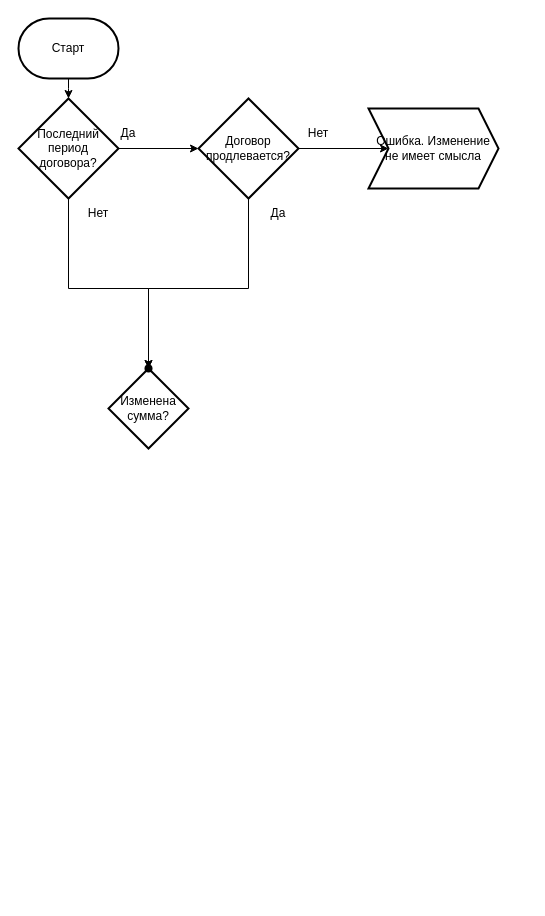
Before: Диаграмма без названия.drawio in AntonLeontev/24-7-365-schemas, a draw.io diagram. Source tidied: cells renumbered, new cells numbered last; positions are measured from the earlier drawing's top-left corner, leaving out a move shared by most shapes. Both pictures are drawn from the tidied source at 100%, with x=0, y=0 at pixel (18, 18).
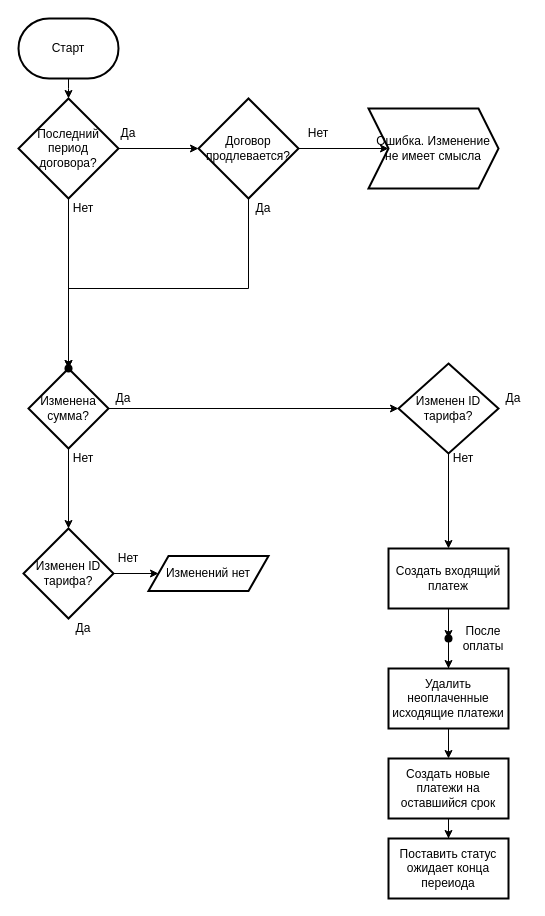
The same diagram, later.

The change refers to these unchanged cells:
```xml
<mxCell id="6" value="&lt;div&gt;Последний период договора?&lt;/div&gt;" style="strokeWidth=2;html=1;shape=mxgraph.flowchart.decision;whiteSpace=wrap;" parent="1" vertex="1">
  <mxGeometry y="80" width="100" height="100" as="geometry" />
</mxCell>
<mxCell id="9" value="Договор продлевается?" style="strokeWidth=2;html=1;shape=mxgraph.flowchart.decision;whiteSpace=wrap;" parent="1" vertex="1">
  <mxGeometry x="180" y="80" width="100" height="100" as="geometry" />
</mxCell>
```

The edit, as a diff of the source:
```diff
@@
     <mxCell id="5" style="edgeStyle=orthogonalEdgeStyle;rounded=0;jettySize=auto;html=1;" parent="1" edge="1" source="6" target="12">
       <mxGeometry relative="1" as="geometry">
         <Array as="points">
-          <mxPoint x="50" y="270" />
-          <mxPoint x="130" y="270" />
+          <mxPoint x="50" y="310" />
+          <mxPoint x="50" y="310" />
         </Array>
       </mxGeometry>
     </mxCell>
@@
     <mxCell id="8" style="edgeStyle=orthogonalEdgeStyle;rounded=0;jettySize=auto;html=1;" parent="1" edge="1" source="9" target="16">
       <mxGeometry relative="1" as="geometry">
         <Array as="points">
           <mxPoint x="230" y="270" />
-          <mxPoint x="130" y="270" />
+          <mxPoint x="50" y="270" />
         </Array>
       </mxGeometry>
     </mxCell>
@@
     <mxCell id="11" value="&lt;div&gt;Нет&lt;/div&gt;" style="text;html=1;strokeColor=none;fillColor=none;align=center;verticalAlign=middle;whiteSpace=wrap;rounded=0;" parent="1" vertex="1">
-      <mxGeometry x="50" y="180" width="60" height="30" as="geometry" />
+      <mxGeometry x="50" y="180" width="30" height="20" as="geometry" />
     </mxCell>
+    <mxCell id="17" style="edgeStyle=orthogonalEdgeStyle;rounded=0;jettySize=auto;html=1;" parent="1" edge="1" source="12" target="20">
+      <mxGeometry relative="1" as="geometry" />
+    </mxCell>
+    <mxCell id="18" style="edgeStyle=orthogonalEdgeStyle;rounded=0;jettySize=auto;html=1;exitX=1;exitY=0.5;exitDx=0;exitDy=0;" parent="1" edge="1" source="12" target="22">
+      <mxGeometry relative="1" as="geometry" />
+    </mxCell>
     <mxCell id="12" value="Изменена сумма?" style="rhombus;whiteSpace=wrap;html=1;strokeWidth=2;" parent="1" vertex="1">
-      <mxGeometry x="90" y="350" width="80" height="80" as="geometry" />
+      <mxGeometry x="10" y="350" width="80" height="80" as="geometry" />
     </mxCell>
@@
     <mxCell id="15" value="&lt;div&gt;Да&lt;/div&gt;" style="text;html=1;strokeColor=none;fillColor=none;align=center;verticalAlign=middle;whiteSpace=wrap;rounded=0;" parent="1" vertex="1">
-      <mxGeometry x="230" y="180" width="60" height="30" as="geometry" />
+      <mxGeometry x="230" y="180" width="30" height="20" as="geometry" />
     </mxCell>
     <mxCell id="16" style="shape=waypoint;sketch=0;size=6;points=[];fillColor=default;perimeter=centerPerimeter;snapToPoint=1;strokeWidth=2;" parent="1" vertex="1">
-      <mxGeometry x="120" y="340" width="20" height="20" as="geometry" />
+      <mxGeometry x="40" y="340" width="20" height="20" as="geometry" />
     </mxCell>
+    <mxCell id="19" style="edgeStyle=orthogonalEdgeStyle;rounded=0;jettySize=auto;html=1;" parent="1" edge="1" source="20" target="26">
+      <mxGeometry relative="1" as="geometry" />
+    </mxCell>
+    <mxCell id="20" value="Изменен ID тарифа?" style="rhombus;whiteSpace=wrap;html=1;strokeWidth=2;" parent="1" vertex="1">
+      <mxGeometry x="5" y="510" width="90" height="90" as="geometry" />
+    </mxCell>
+    <mxCell id="21" style="edgeStyle=orthogonalEdgeStyle;rounded=0;jettySize=auto;html=1;" parent="1" edge="1" source="22" target="31">
+      <mxGeometry relative="1" as="geometry" />
+    </mxCell>
+    <mxCell id="22" value="Изменен ID тарифа?" style="rhombus;whiteSpace=wrap;html=1;strokeWidth=2;" parent="1" vertex="1">
+      <mxGeometry x="380" y="345" width="100" height="90" as="geometry" />
+    </mxCell>
+    <mxCell id="23" value="&lt;div&gt;Да&lt;/div&gt;" style="text;html=1;strokeColor=none;fillColor=none;align=center;verticalAlign=middle;whiteSpace=wrap;rounded=0;" parent="1" vertex="1">
+      <mxGeometry x="90" y="370" width="30" height="20" as="geometry" />
+    </mxCell>
+    <mxCell id="24" value="&lt;div&gt;Нет&lt;/div&gt;" style="text;html=1;strokeColor=none;fillColor=none;align=center;verticalAlign=middle;whiteSpace=wrap;rounded=0;" parent="1" vertex="1">
+      <mxGeometry x="50" y="430" width="30" height="20" as="geometry" />
+    </mxCell>
+    <mxCell id="25" value="&lt;div&gt;Нет&lt;/div&gt;" style="text;html=1;strokeColor=none;fillColor=none;align=center;verticalAlign=middle;whiteSpace=wrap;rounded=0;" parent="1" vertex="1">
+      <mxGeometry x="95" y="530" width="30" height="20" as="geometry" />
+    </mxCell>
+    <mxCell id="26" value="Изменений нет" style="shape=parallelogram;perimeter=parallelogramPerimeter;whiteSpace=wrap;html=1;fixedSize=1;strokeWidth=2;" parent="1" vertex="1">
+      <mxGeometry x="130" y="537.5" width="120" height="35" as="geometry" />
+    </mxCell>
+    <mxCell id="27" value="&lt;div&gt;Да&lt;/div&gt;" style="text;html=1;strokeColor=none;fillColor=none;align=center;verticalAlign=middle;whiteSpace=wrap;rounded=0;" parent="1" vertex="1">
+      <mxGeometry x="50" y="600" width="30" height="20" as="geometry" />
+    </mxCell>
+    <mxCell id="28" value="&lt;div&gt;Да&lt;/div&gt;" style="text;html=1;strokeColor=none;fillColor=none;align=center;verticalAlign=middle;whiteSpace=wrap;rounded=0;" parent="1" vertex="1">
+      <mxGeometry x="480" y="370" width="30" height="20" as="geometry" />
+    </mxCell>
+    <mxCell id="29" value="&lt;div&gt;Нет&lt;/div&gt;" style="text;html=1;strokeColor=none;fillColor=none;align=center;verticalAlign=middle;whiteSpace=wrap;rounded=0;" parent="1" vertex="1">
+      <mxGeometry x="430" y="430" width="30" height="20" as="geometry" />
+    </mxCell>
+    <mxCell id="30" style="edgeStyle=orthogonalEdgeStyle;rounded=0;jettySize=auto;html=1;" parent="1" edge="1" source="31" target="33">
+      <mxGeometry relative="1" as="geometry" />
+    </mxCell>
+    <mxCell id="31" value="Создать входящий платеж" style="whiteSpace=wrap;html=1;strokeWidth=2;" parent="1" vertex="1">
+      <mxGeometry x="370" y="530" width="120" height="60" as="geometry" />
+    </mxCell>
+    <mxCell id="32" style="edgeStyle=orthogonalEdgeStyle;rounded=0;jettySize=auto;html=1;" parent="1" edge="1" source="33" target="35">
+      <mxGeometry relative="1" as="geometry" />
+    </mxCell>
+    <mxCell id="33" style="shape=waypoint;sketch=0;size=6;points=[];fillColor=default;perimeter=centerPerimeter;snapToPoint=1;strokeWidth=2;" parent="1" vertex="1">
+      <mxGeometry x="420" y="610" width="20" height="20" as="geometry" />
+    </mxCell>
+    <mxCell id="34" style="edgeStyle=orthogonalEdgeStyle;rounded=0;jettySize=auto;html=1;" parent="1" edge="1" source="35" target="37">
+      <mxGeometry relative="1" as="geometry" />
+    </mxCell>
+    <mxCell id="35" value="Удалить неоплаченные исходящие платежи" style="whiteSpace=wrap;html=1;sketch=0;strokeWidth=2;" parent="1" vertex="1">
+      <mxGeometry x="370" y="650" width="120" height="60" as="geometry" />
+    </mxCell>
+    <mxCell id="36" style="edgeStyle=orthogonalEdgeStyle;rounded=0;jettySize=auto;html=1;" parent="1" edge="1" source="37" target="38">
+      <mxGeometry relative="1" as="geometry" />
+    </mxCell>
+    <mxCell id="37" value="Создать новые платежи на оставшийся срок" style="whiteSpace=wrap;html=1;sketch=0;strokeWidth=2;" parent="1" vertex="1">
+      <mxGeometry x="370" y="740" width="120" height="60" as="geometry" />
+    </mxCell>
+    <mxCell id="38" value="Поставить статус ожидает конца переиода" style="whiteSpace=wrap;html=1;sketch=0;strokeWidth=2;" parent="1" vertex="1">
+      <mxGeometry x="370" y="820" width="120" height="60" as="geometry" />
+    </mxCell>
+    <mxCell id="39" value="После оплаты" style="text;html=1;strokeColor=none;fillColor=none;align=center;verticalAlign=middle;whiteSpace=wrap;rounded=0;" parent="1" vertex="1">
+      <mxGeometry x="430" y="605" width="70" height="30" as="geometry" />
+    </mxCell>
```
